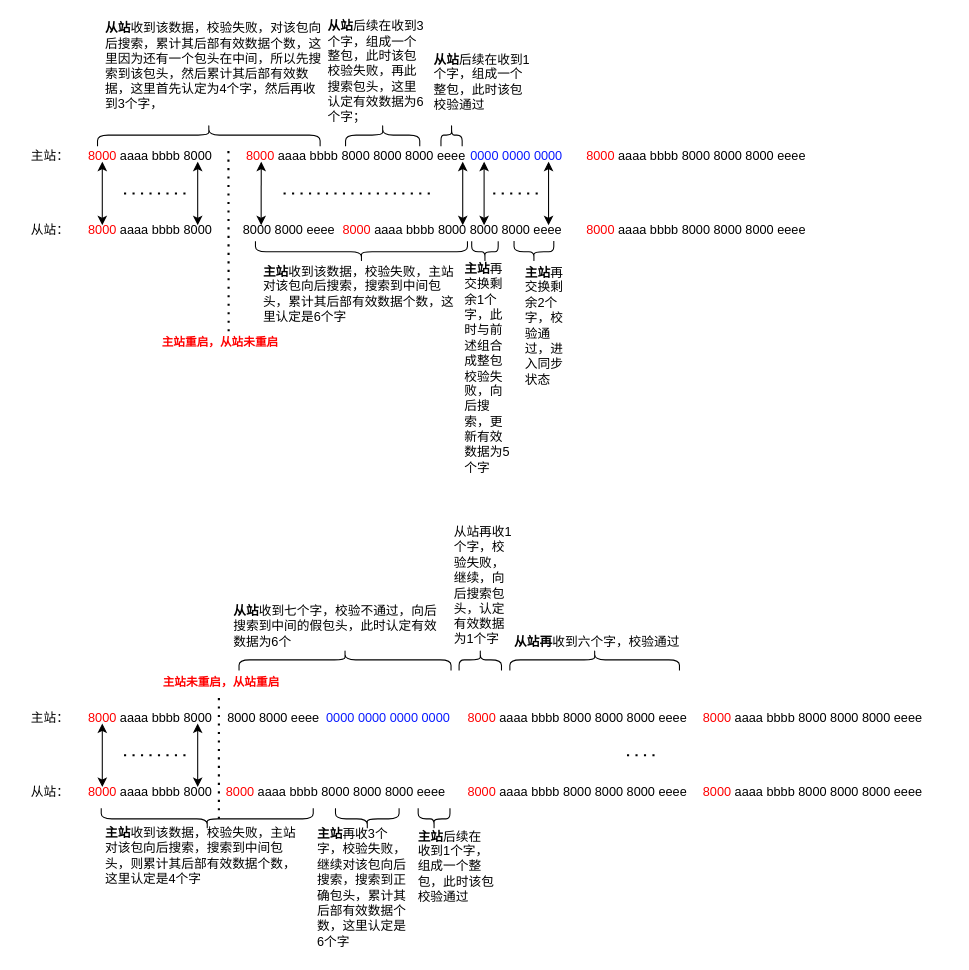
Above: spi通讯库.drawio in zhuofengdd/draw.io (draw.io), before the change. Source tidied: cells renumbered, new cells numbered last; positions are measured from the earlier drawing's top-left corner, leaving out a move shared by most shapes. Both pictures are drawn from the tidied source at 106%, with x=0, y=0 at pixel (18, 23).
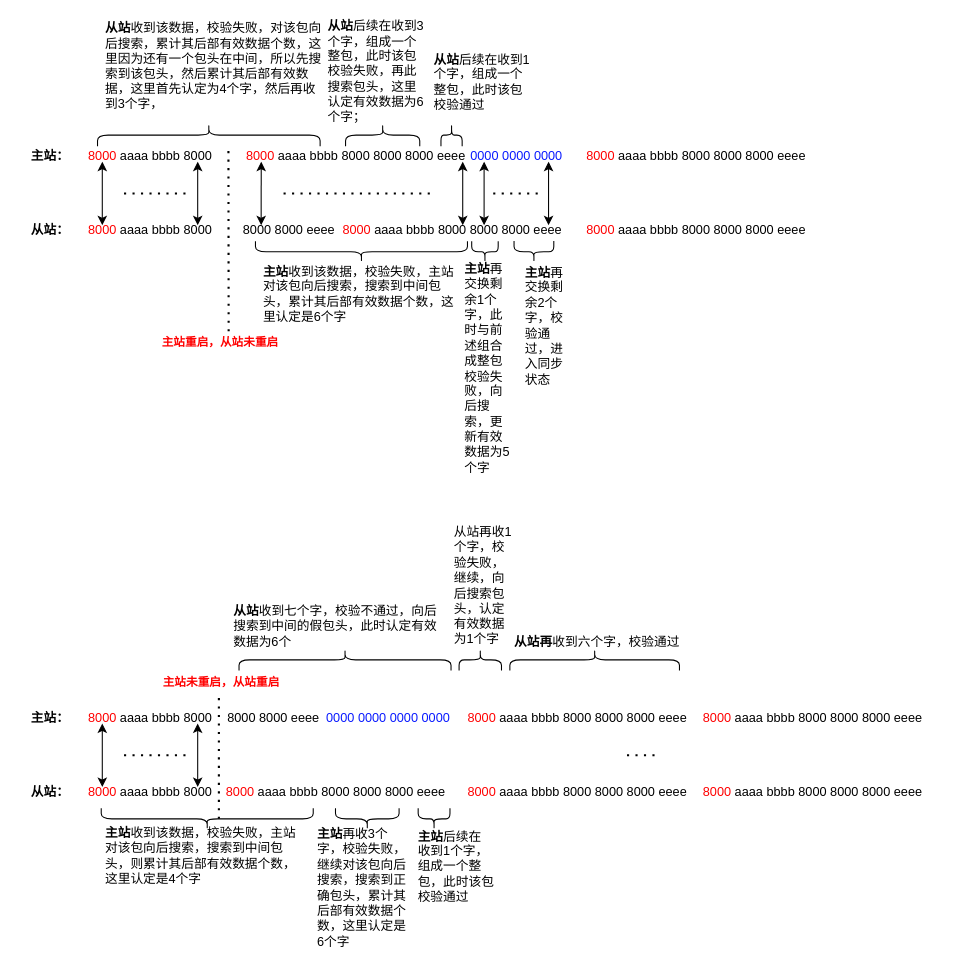
After the change.

Commit message (it also covers changes not shown here):
更新spi通讯库.drawio

What changed in the source:
```diff
@@
-    <mxCell id="4" value="主站：" style="text;html=1;strokeColor=none;fillColor=none;align=center;verticalAlign=middle;whiteSpace=wrap;rounded=0;" parent="1" vertex="1">
+    <mxCell id="4" value="&lt;b&gt;主站：&lt;/b&gt;" style="text;html=1;strokeColor=none;fillColor=none;align=center;verticalAlign=middle;whiteSpace=wrap;rounded=0;" parent="1" vertex="1">
       <mxGeometry y="110" width="60" height="30" as="geometry" />
     </mxCell>
@@
-    <mxCell id="8" value="从站：" style="text;html=1;strokeColor=none;fillColor=none;align=center;verticalAlign=middle;whiteSpace=wrap;rounded=0;" parent="1" vertex="1">
+    <mxCell id="8" value="&lt;b&gt;从站：&lt;/b&gt;" style="text;html=1;strokeColor=none;fillColor=none;align=center;verticalAlign=middle;whiteSpace=wrap;rounded=0;" parent="1" vertex="1">
       <mxGeometry y="180" width="60" height="30" as="geometry" />
     </mxCell>
@@
-    <mxCell id="32" value="主站：" style="text;html=1;strokeColor=none;fillColor=none;align=center;verticalAlign=middle;whiteSpace=wrap;rounded=0;" parent="1" vertex="1">
+    <mxCell id="32" value="&lt;b&gt;主站：&lt;/b&gt;" style="text;html=1;strokeColor=none;fillColor=none;align=center;verticalAlign=middle;whiteSpace=wrap;rounded=0;" parent="1" vertex="1">
       <mxGeometry y="640" width="60" height="30" as="geometry" />
     </mxCell>
@@
-    <mxCell id="35" value="从站：" style="text;html=1;strokeColor=none;fillColor=none;align=center;verticalAlign=middle;whiteSpace=wrap;rounded=0;" parent="1" vertex="1">
+    <mxCell id="35" value="&lt;b&gt;从站：&lt;/b&gt;" style="text;html=1;strokeColor=none;fillColor=none;align=center;verticalAlign=middle;whiteSpace=wrap;rounded=0;" parent="1" vertex="1">
       <mxGeometry y="710" width="60" height="30" as="geometry" />
     </mxCell>
```
